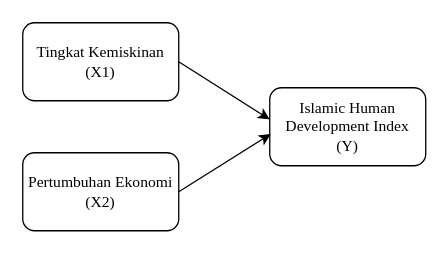
hanifaayu/Digital-Image-RGB-to-Greyscale keeps this draw.io diagram as Untitled Diagram.drawio. Above is the earlier version. Source tidied: cells renumbered, new cells numbered last; positions are measured from the earlier drawing's top-left corner, leaving out a move shared by most shapes. Both pictures are drawn from the tidied source at 130%, with x=0, y=0 at pixel (22, 22).
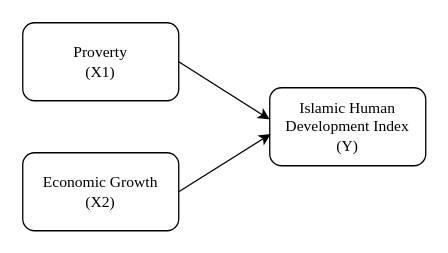
The same page after the edit.

The edit, as a diff of the source:
```diff
@@
 <mxGraphModel>
   <root>
     <mxCell id="0" />
     <mxCell id="1" parent="0" />
     <mxCell id="2" value="&lt;font face=&quot;Times New Roman&quot;&gt;Islamic Human Development Index&lt;br&gt;(Y)&lt;/font&gt;" style="rounded=1;whiteSpace=wrap;html=1;" parent="1" vertex="1">
       <mxGeometry x="190" y="50" width="120" height="60" as="geometry" />
     </mxCell>
-    <mxCell id="3" value="&lt;font face=&quot;Times New Roman&quot;&gt;Tingkat Kemiskinan&lt;br&gt;(X1)&lt;/font&gt;" style="rounded=1;whiteSpace=wrap;html=1;" parent="1" vertex="1">
+    <mxCell id="3" value="&lt;font face=&quot;Times New Roman&quot;&gt;Proverty&lt;br&gt;(X1)&lt;/font&gt;" style="rounded=1;whiteSpace=wrap;html=1;" parent="1" vertex="1">
       <mxGeometry width="120" height="60" as="geometry" />
     </mxCell>
-    <mxCell id="4" value="&lt;font face=&quot;Times New Roman&quot;&gt;Pertumbuhan Ekonomi&lt;br&gt;(X2)&lt;/font&gt;" style="rounded=1;whiteSpace=wrap;html=1;" parent="1" vertex="1">
+    <mxCell id="4" value="&lt;font face=&quot;Times New Roman&quot;&gt;Economic Growth&lt;br&gt;(X2)&lt;/font&gt;" style="rounded=1;whiteSpace=wrap;html=1;" parent="1" vertex="1">
       <mxGeometry y="100" width="120" height="60" as="geometry" />
     </mxCell>
     <mxCell id="5" style="endArrow=classic;html=1;rounded=0;exitX=1;exitY=0.5;exitDx=0;exitDy=0;entryX=0;entryY=0.406;entryDx=0;entryDy=0;entryPerimeter=0;" parent="1" edge="1" source="3" target="2">
       <mxGeometry relative="1" as="geometry" />
     </mxCell>
     <mxCell id="6" style="endArrow=classic;html=1;rounded=0;exitX=1;exitY=0.5;exitDx=0;exitDy=0;entryX=0.006;entryY=0.594;entryDx=0;entryDy=0;entryPerimeter=0;" parent="1" edge="1" source="4" target="2">
       <mxGeometry relative="1" as="geometry" />
     </mxCell>
   </root>
 </mxGraphModel>
```
